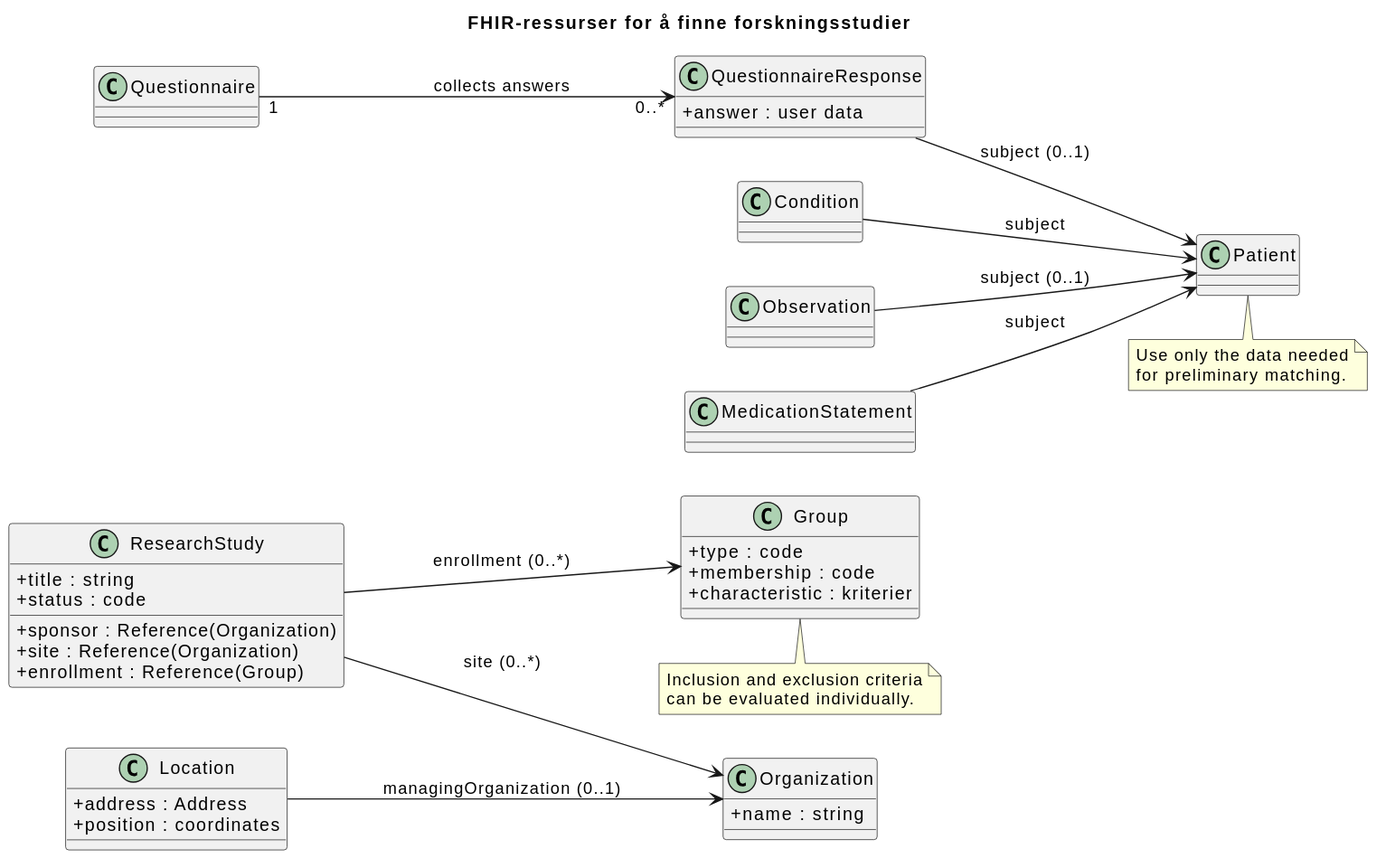
PaulRylandsholm/ig-mal keeps this PlantUML diagram as lab-ig/input/images/test.svg. Above is the earlier version. Source of this version:
```plantuml
@startuml
title FHIR-ressurser for å finne forskningsstudier
left to right direction
skinparam classAttributeIconSize 0
skinparam shadowing false

class ResearchStudy {
    +title : string
    +status : code
    +sponsor : Reference(Organization)
    +site : Reference(Organization)
    +enrollment : Reference(Group)
}

class Group {
    +type : code
    +membership : code
    +characteristic : kriterier
}

class Organization {
    +name : string
}

class Location {
    +address : Address
    +position : coordinates
}

class Questionnaire
class QuestionnaireResponse {
    +answer : user data
}

class Patient
class Condition
class Observation
class MedicationStatement

ResearchStudy --> Organization : site (0..*)
ResearchStudy --> Group : enrollment (0..*)
Location --> Organization : managingOrganization (0..1)
Questionnaire "1" --> "0..*" QuestionnaireResponse : collects answers
QuestionnaireResponse --> Patient : subject (0..1)
Condition --> Patient : subject
Observation --> Patient : subject (0..1)
MedicationStatement --> Patient : subject

note bottom of Group
    Inclusion and exclusion criteria
    can be evaluated individually.
end note

note bottom of Patient
    Use only the data needed
    for preliminary matching.
end note
@enduml
```
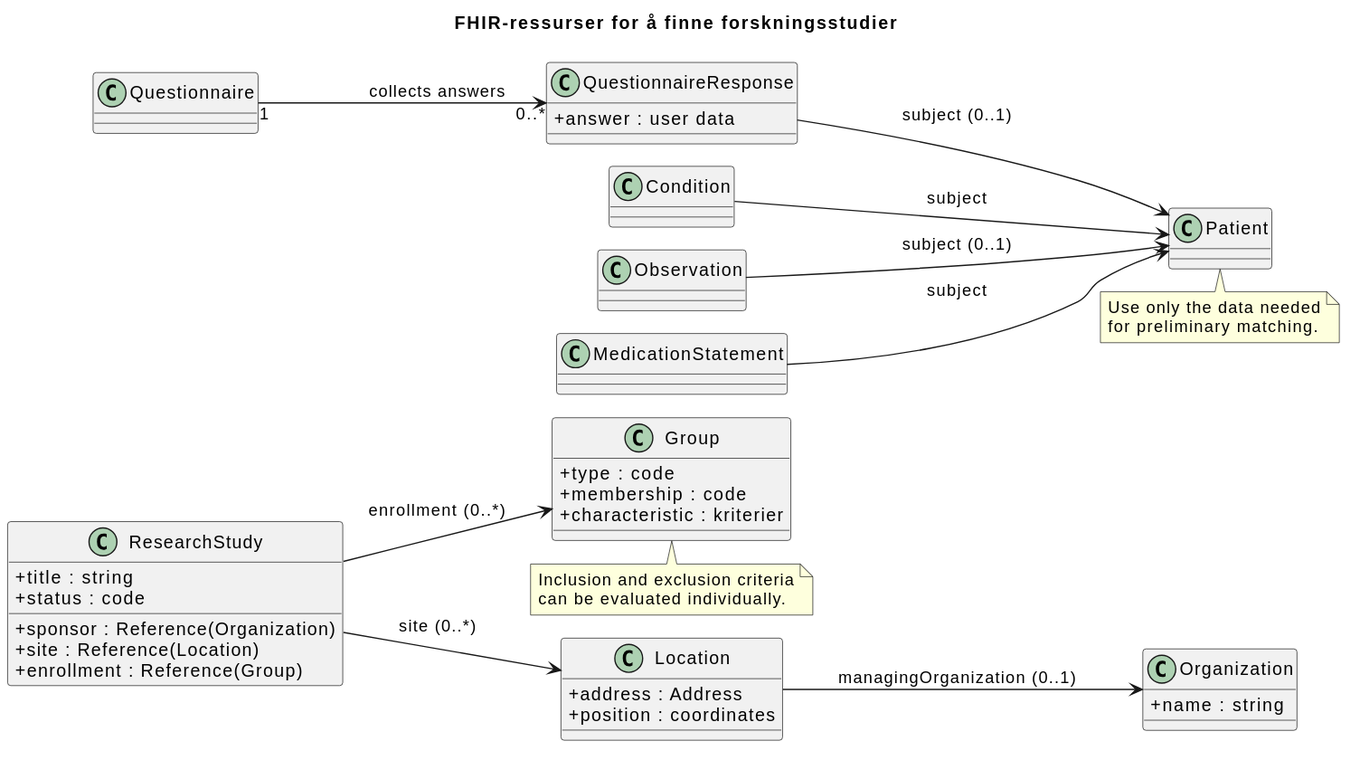
Above is the later version.

Diff of the diagram source:
```diff
@@ -8,7 +8,7 @@
     +title : string
     +status : code
     +sponsor : Reference(Organization)
-    +site : Reference(Organization)
+    +site : Reference(Location)
     +enrollment : Reference(Group)
 }
 
@@ -37,7 +37,7 @@
 class Observation
 class MedicationStatement
 
-ResearchStudy --> Organization : site (0..*)
+ResearchStudy --> Location : site (0..*)
 ResearchStudy --> Group : enrollment (0..*)
 Location --> Organization : managingOrganization (0..1)
 Questionnaire "1" --> "0..*" QuestionnaireResponse : collects answers
```
